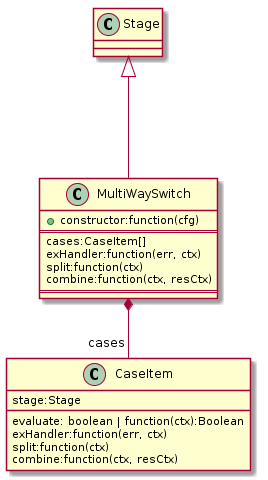
Above: pics/stages/MultiWaySwitch/class.png in vedmalex/pipeline.js (PlantUML), before the change. Its diagram source:
```plantuml
@startuml

	Class Stage
	Class MultiWaySwitch{
		+constructor:function(cfg)
===
		cases:CaseItem[]
		exHandler:function(err, ctx)
		split:function(ctx)
		combine:function(ctx, resCtx)
===
	}

  	Class CaseItem {
 		stage:Stage
 		evaluate: boolean | function(ctx):Boolean
 		exHandler:function(err, ctx)
		split:function(ctx)
		combine:function(ctx, resCtx)
 	}
 	MultiWaySwitch *-- "cases" CaseItem
 	Stage <|--- MultiWaySwitch


@enduml
```
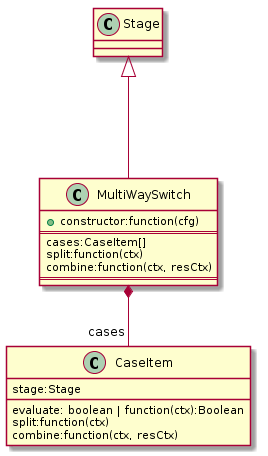
Later version of the same file.

Diff of the diagram source:
```diff
@@ -5,7 +5,6 @@
 		+constructor:function(cfg)
 ===
 		cases:CaseItem[]
-		exHandler:function(err, ctx)
 		split:function(ctx)
 		combine:function(ctx, resCtx)
 ===
@@ -14,7 +13,6 @@
   	Class CaseItem {
  		stage:Stage
  		evaluate: boolean | function(ctx):Boolean
- 		exHandler:function(err, ctx)
 		split:function(ctx)
 		combine:function(ctx, resCtx)
  	}
```
